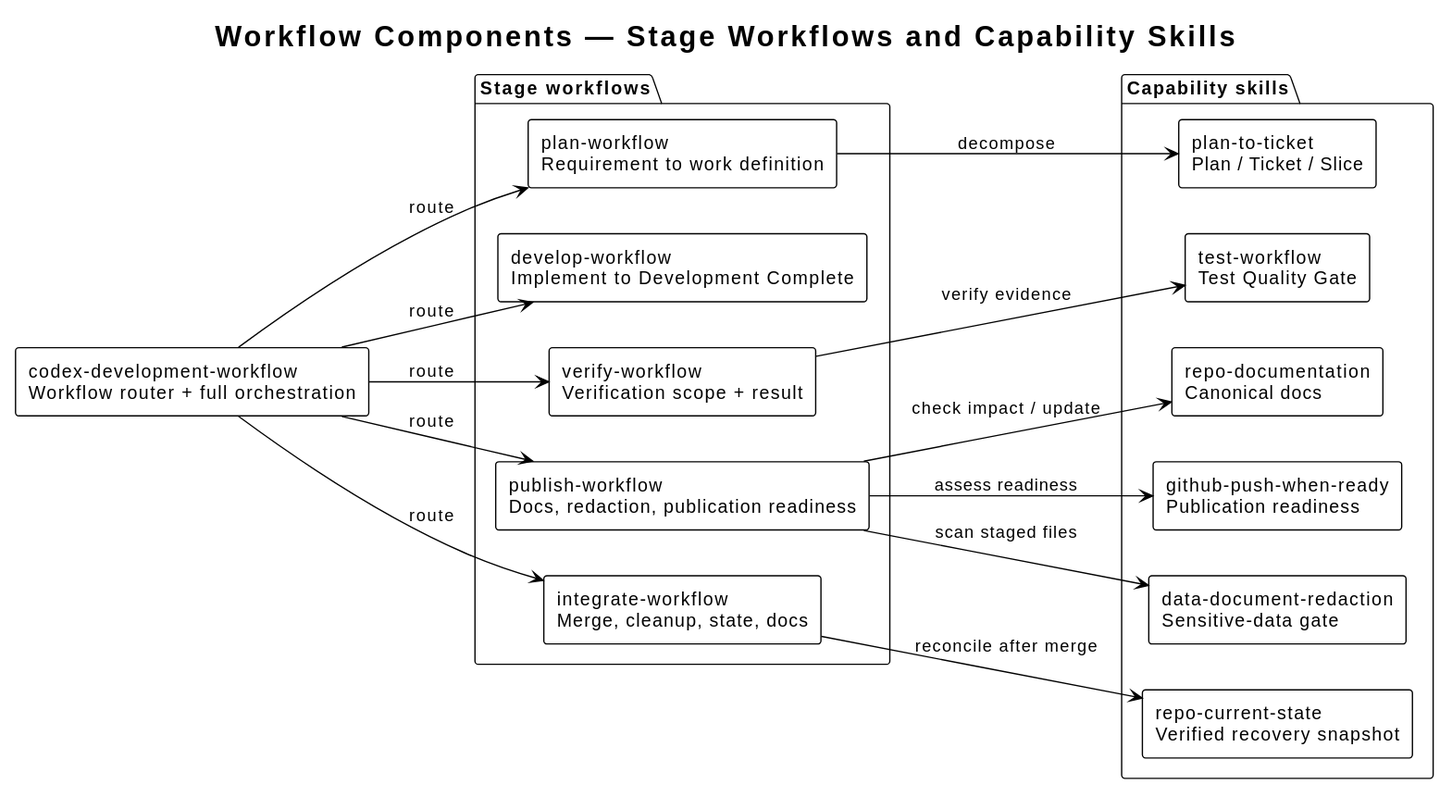
Earlier version of the PlantUML export docs/diagrams/components-overview.svg (i-zrhe2016/codex-development-workflow). Source of this version:
```plantuml
@startuml
!theme plain
left to right direction
skinparam shadowing false
skinparam defaultFontName Arial
skinparam componentStyle rectangle

title Workflow Components — Stage Workflows and Capability Skills

component "codex-development-workflow\nWorkflow router + full orchestration" as router

package "Stage workflows" {
  component "plan-workflow\nRequirement to work definition" as stage_plan
  component "develop-workflow\nImplement to Development Complete" as stage_develop
  component "verify-workflow\nVerification scope + result" as stage_verify
  component "publish-workflow\nDocs, redaction, publication readiness" as stage_publish
  component "integrate-workflow\nMerge, cleanup, state, docs" as stage_integrate
}

package "Capability skills" {
  component "plan-to-ticket\nPlan / Ticket / Slice" as planning
  component "test-workflow\nTest Quality Gate" as testing
  component "repo-documentation\nCanonical docs" as documentation
  component "github-push-when-ready\nPublication readiness" as publication
  component "data-document-redaction\nSensitive-data gate" as redaction
  component "repo-current-state\nVerified recovery snapshot" as repository_state
}

router --> stage_plan : route
router --> stage_develop : route
router --> stage_verify : route
router --> stage_publish : route
router --> stage_integrate : route
stage_plan --> planning : decompose
stage_verify --> testing : verify evidence
stage_publish --> documentation : check impact / update
stage_publish --> publication : assess readiness
stage_publish --> redaction : scan staged files
stage_integrate --> repository_state : reconcile after merge
@enduml
```
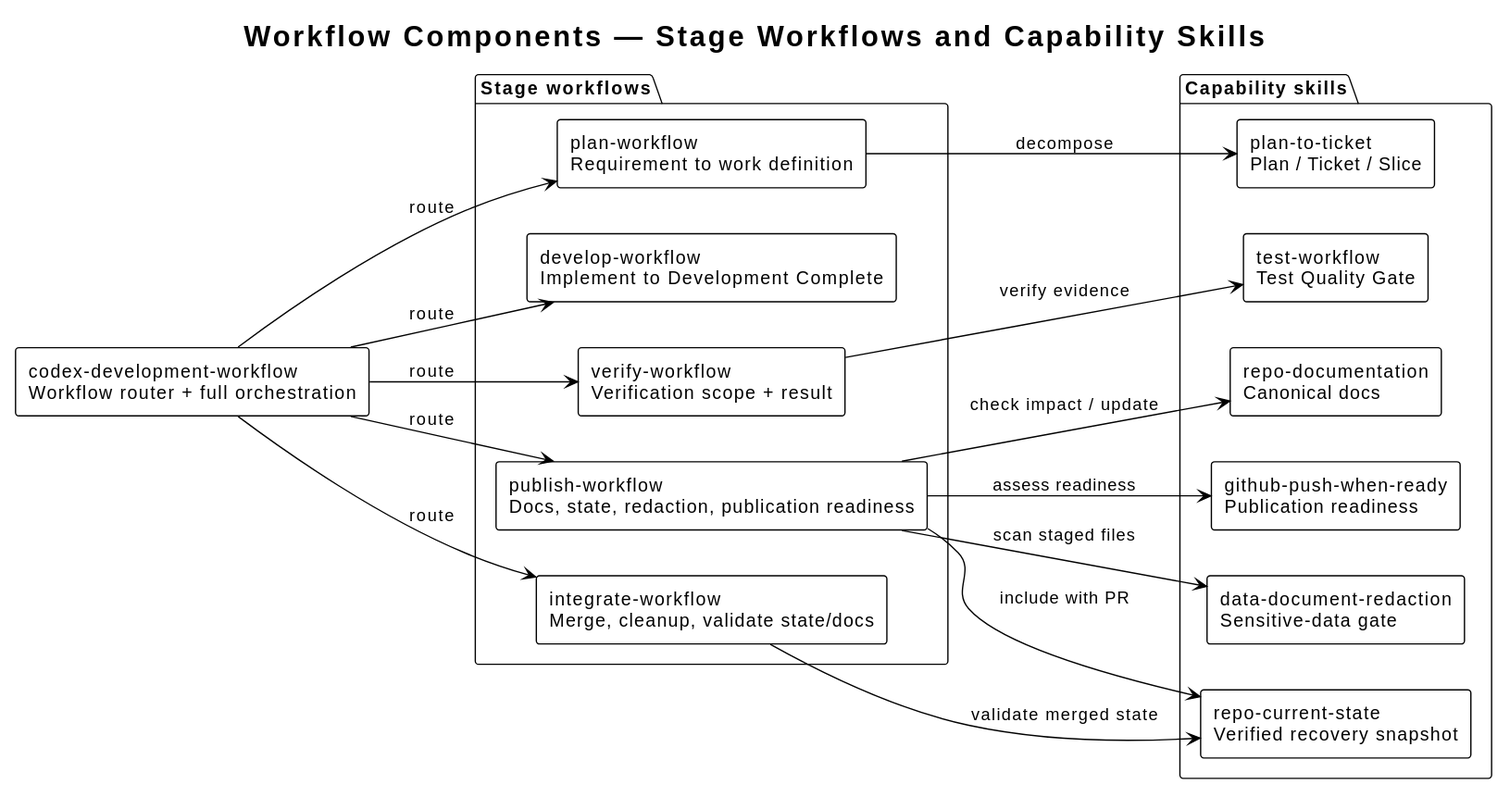
The same diagram one commit later.

The edit, as a diff of the source:
```diff
@@ -13,8 +13,8 @@
   component "plan-workflow\nRequirement to work definition" as stage_plan
   component "develop-workflow\nImplement to Development Complete" as stage_develop
   component "verify-workflow\nVerification scope + result" as stage_verify
-  component "publish-workflow\nDocs, redaction, publication readiness" as stage_publish
-  component "integrate-workflow\nMerge, cleanup, state, docs" as stage_integrate
+  component "publish-workflow\nDocs, state, redaction, publication readiness" as stage_publish
+  component "integrate-workflow\nMerge, cleanup, validate state/docs" as stage_integrate
 }
 
 package "Capability skills" {
@@ -34,7 +34,8 @@
 stage_plan --> planning : decompose
 stage_verify --> testing : verify evidence
 stage_publish --> documentation : check impact / update
+stage_publish --> repository_state : include with PR
 stage_publish --> publication : assess readiness
 stage_publish --> redaction : scan staged files
-stage_integrate --> repository_state : reconcile after merge
+stage_integrate --> repository_state : validate merged state
 @enduml
```
